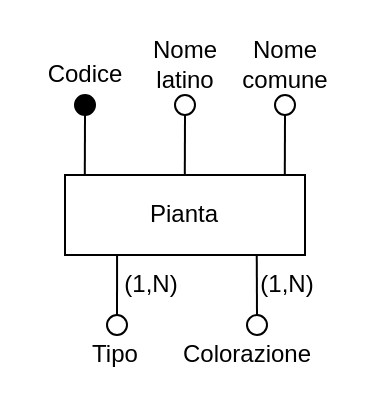
Above: ER-diagrams/ER-Pianta-tris.drawio in nic-agos/Verde-S.R.L (draw.io), before the change. Source tidied: cells renumbered, new cells numbered last; positions are measured from the earlier drawing's top-left corner, leaving out a move shared by most shapes. Both pictures are drawn from the tidied source at 200%, with x=0, y=0 at pixel (34, 34).
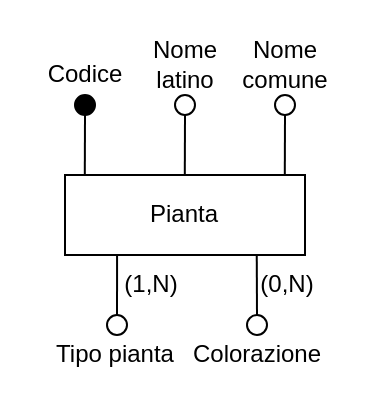
After the change.

Diff of the diagram source:
```diff
@@
-    <mxCell id="15" value="Tipo" style="text;html=1;align=center;verticalAlign=middle;strokeColor=none;fillColor=none;" parent="1" vertex="1">
-      <mxGeometry x="20" y="150" width="40" height="20" as="geometry" />
+    <mxCell id="15" value="Tipo pianta" style="text;html=1;align=center;verticalAlign=middle;strokeColor=none;fillColor=none;" parent="1" vertex="1">
+      <mxGeometry x="5" y="150" width="70" height="20" as="geometry" />
     </mxCell>
@@
     <mxCell id="17" value="Colorazione" style="text;html=1;align=center;verticalAlign=middle;strokeColor=none;fillColor=none;" parent="1" vertex="1">
-      <mxGeometry x="66" y="150" width="80" height="20" as="geometry" />
+      <mxGeometry x="71" y="150" width="80" height="20" as="geometry" />
     </mxCell>
@@
-    <mxCell id="19" value="(1,N)" style="text;html=1;align=center;verticalAlign=middle;strokeColor=none;fillColor=none;" parent="1" vertex="1">
+    <mxCell id="19" value="(0,N)" style="text;html=1;align=center;verticalAlign=middle;strokeColor=none;fillColor=none;" parent="1" vertex="1">
       <mxGeometry x="106" y="115" width="40" height="20" as="geometry" />
     </mxCell>
```
